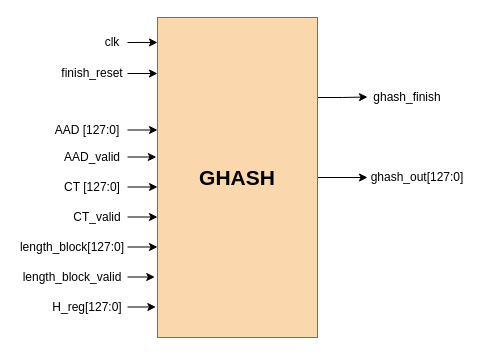
The draw.io diagram Quang Long/_drawio/GHASH high level.drawio in LQLManZz/AES128-Verilog, before the edit. Source tidied: cells renumbered, new cells numbered last; positions are measured from the earlier drawing's top-left corner, leaving out a move shared by most shapes. Both pictures are drawn from the tidied source at 100%, with x=0, y=0 at pixel (17, 17).
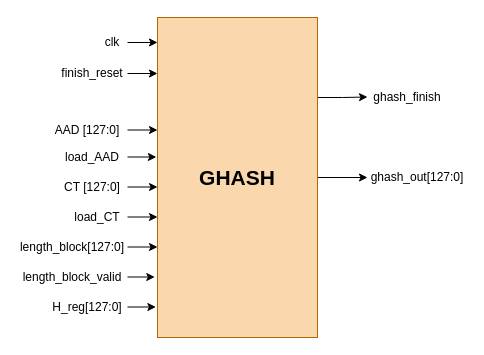
Above is the later version.

What changed in the source:
```diff
@@
-    <mxCell id="12" value="AAD_valid" style="text;html=1;whiteSpace=wrap;strokeColor=none;fillColor=none;align=center;verticalAlign=middle;rounded=0;" parent="1" vertex="1">
+    <mxCell id="12" value="load_AAD" style="text;html=1;whiteSpace=wrap;strokeColor=none;fillColor=none;align=center;verticalAlign=middle;rounded=0;" parent="1" vertex="1">
       <mxGeometry x="40" y="124.5" width="70" height="30" as="geometry" />
     </mxCell>
-    <mxCell id="13" value="CT_valid" style="text;html=1;whiteSpace=wrap;strokeColor=none;fillColor=none;align=center;verticalAlign=middle;rounded=0;" parent="1" vertex="1">
+    <mxCell id="13" value="load_CT" style="text;html=1;whiteSpace=wrap;strokeColor=none;fillColor=none;align=center;verticalAlign=middle;rounded=0;" parent="1" vertex="1">
       <mxGeometry x="50" y="184.5" width="60" height="30" as="geometry" />
     </mxCell>
```
